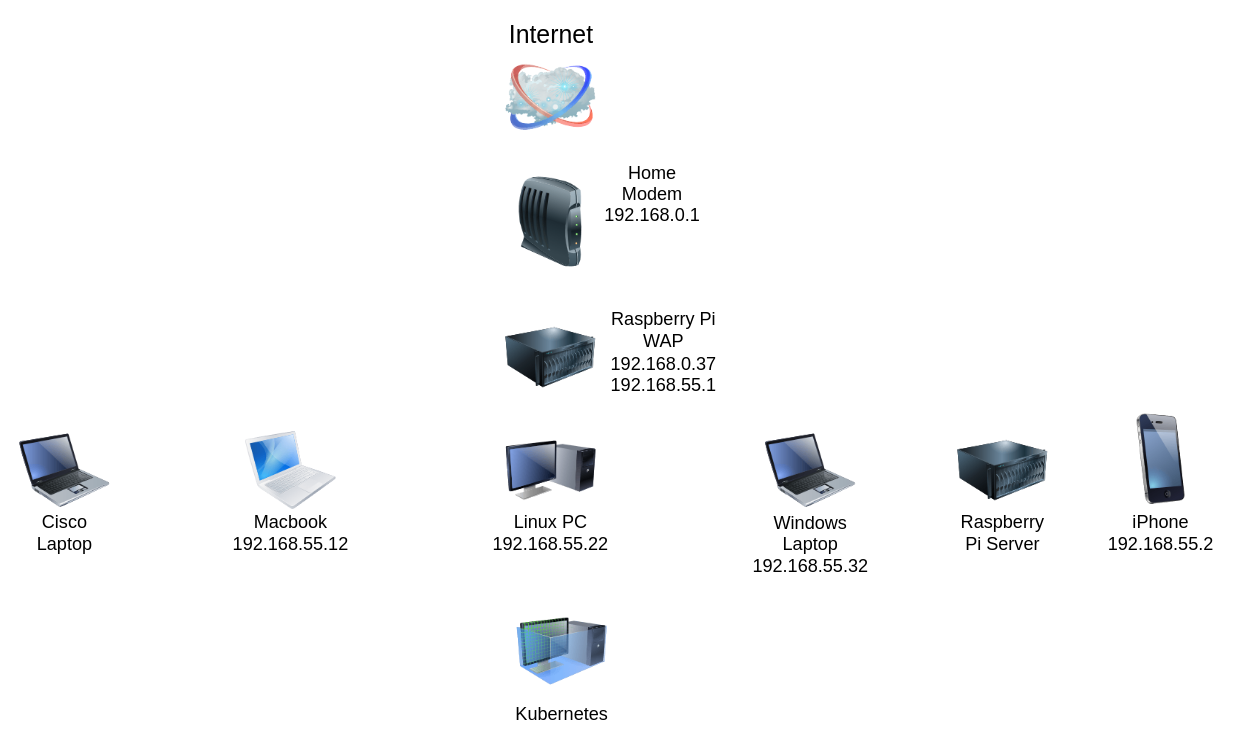
The draw.io diagram homelabv1.drawio in cyberqueenmeg/cyberqueen-meg, before the edit. Source tidied: cells renumbered, new cells numbered last; positions are measured from the earlier drawing's top-left corner, leaving out a move shared by most shapes. Both pictures are drawn from the tidied source at 113%, with x=0, y=0 at pixel (19, 52).
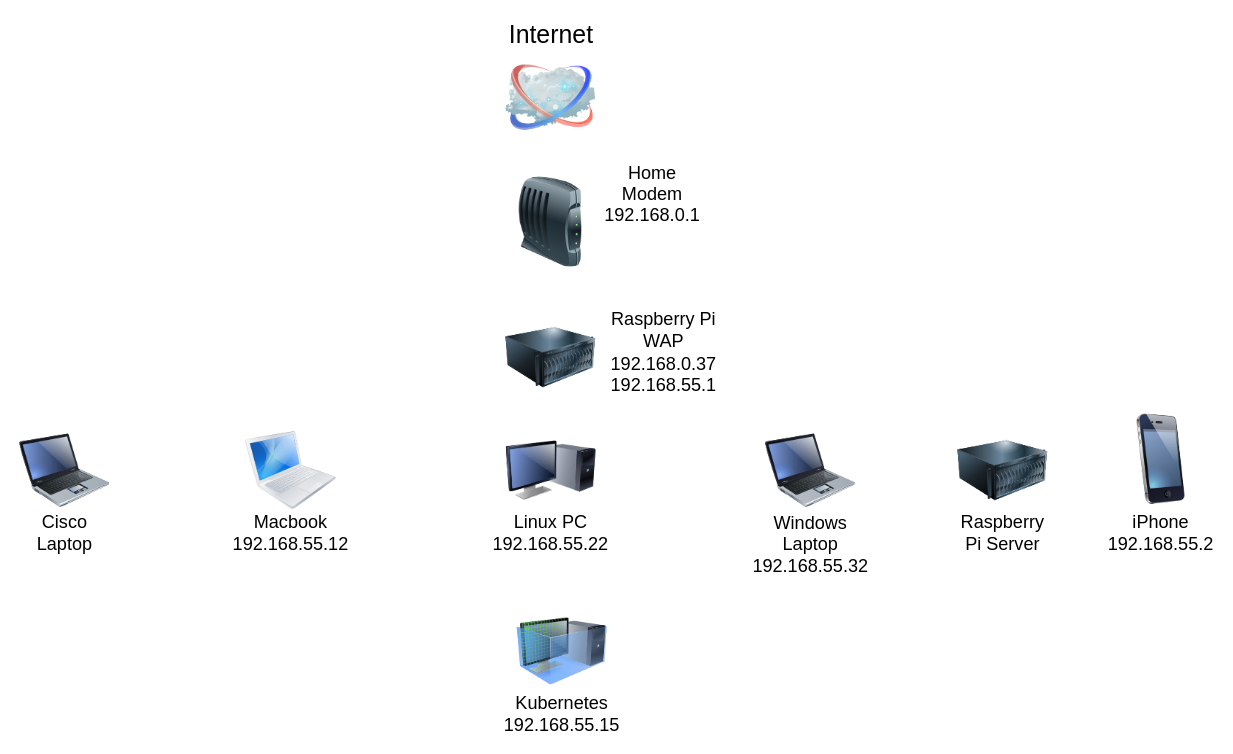
The same diagram, later.

What changed in the source:
```diff
@@
-    <mxCell id="13" value="Kubernetes" style="text;html=1;strokeColor=none;fillColor=none;align=center;verticalAlign=middle;whiteSpace=wrap;rounded=0;fontSize=16;" parent="1" vertex="1">
+    <mxCell id="13" value="Kubernetes&lt;br&gt;192.168.55.15" style="text;html=1;strokeColor=none;fillColor=none;align=center;verticalAlign=middle;whiteSpace=wrap;rounded=0;fontSize=16;" parent="1" vertex="1">
       <mxGeometry x="450" y="570" width="60" height="30" as="geometry" />
     </mxCell>
```
